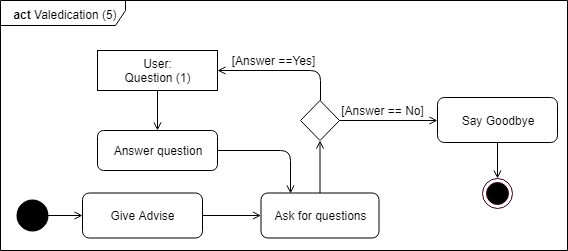
JensDijkstra/Project-NAO keeps this draw.io diagram as Diagrams/Photo's/Valedication ACT.png. Above is the earlier version. Source tidied: cells renumbered, new cells last; positions are measured from the earlier drawing's top-left corner, leaving out a move shared by most shapes. The source it was exported from:
```xml
<mxGraphModel>
  <root>
    <mxCell id="0" />
    <mxCell id="1" parent="0" />
    <mxCell id="2" style="edgeStyle=orthogonalEdgeStyle;rounded=0;html=1;jettySize=auto;endArrow=open;endFill=0;" parent="1" edge="1" source="3" target="5">
      <mxGeometry relative="1" as="geometry" />
    </mxCell>
    <mxCell id="3" style="ellipse;html=1;shape=startState;fillColor=#000000;strokeColor=#000000;strokeWidth=10;" parent="1" vertex="1">
      <mxGeometry x="17" y="200" width="30" height="30" as="geometry" />
    </mxCell>
    <mxCell id="4" style="edgeStyle=orthogonalEdgeStyle;rounded=0;html=1;jettySize=auto;endArrow=open;endFill=0;" parent="1" edge="1" source="5" target="9">
      <mxGeometry relative="1" as="geometry" />
    </mxCell>
    <mxCell id="5" value="Give Advise" style="rounded=1;whiteSpace=wrap;html=1;" parent="1" vertex="1">
      <mxGeometry x="82" y="192.5" width="120" height="45" as="geometry" />
    </mxCell>
    <mxCell id="6" value="Say Goodbye" style="rounded=1;whiteSpace=wrap;html=1;" parent="1" vertex="1">
      <mxGeometry x="437" y="97" width="120" height="45" as="geometry" />
    </mxCell>
    <mxCell id="7" style="ellipse;html=1;shape=endState;fillColor=#000000;strokeColor=#33001A;" parent="1" vertex="1">
      <mxGeometry x="482" y="177.5" width="30" height="30" as="geometry" />
    </mxCell>
    <mxCell id="8" style="edgeStyle=orthogonalEdgeStyle;rounded=0;html=1;jettySize=auto;endArrow=open;endFill=0;" parent="1" edge="1" source="9" target="12">
      <mxGeometry relative="1" as="geometry" />
    </mxCell>
    <mxCell id="9" value="Ask for questions" style="rounded=1;whiteSpace=wrap;html=1;" parent="1" vertex="1">
      <mxGeometry x="260.5" y="192.5" width="118" height="45" as="geometry" />
    </mxCell>
    <mxCell id="10" style="edgeStyle=orthogonalEdgeStyle;rounded=0;html=1;jettySize=auto;endArrow=open;endFill=0;" parent="1" edge="1" source="11" target="14">
      <mxGeometry relative="1" as="geometry" />
    </mxCell>
    <mxCell id="11" value="User:&lt;br&gt;Question (1)&lt;br&gt;" style="rounded=0;whiteSpace=wrap;html=1;" parent="1" vertex="1">
      <mxGeometry x="97" y="50" width="120" height="40" as="geometry" />
    </mxCell>
    <mxCell id="12" style="rhombus;whiteSpace=wrap;html=1;" parent="1" vertex="1">
      <mxGeometry x="300" y="100" width="39" height="40" as="geometry" />
    </mxCell>
    <mxCell id="13" style="endArrow=open;html=1;strokeColor=#000000;endFill=0;exitX=0.5;exitY=0;exitDx=0;exitDy=0;entryX=1;entryY=0.5;entryDx=0;entryDy=0;" parent="1" edge="1" source="12" target="11">
      <mxGeometry relative="1" as="geometry">
        <Array as="points">
          <mxPoint x="320" y="70" />
        </Array>
      </mxGeometry>
    </mxCell>
    <mxCell id="14" value="Answer question" style="rounded=1;whiteSpace=wrap;html=1;" parent="1" vertex="1">
      <mxGeometry x="97" y="130" width="120" height="40" as="geometry" />
    </mxCell>
    <mxCell id="15" style="endArrow=open;html=1;strokeColor=#000000;endFill=0;exitX=1;exitY=0.5;exitDx=0;exitDy=0;entryX=0.25;entryY=0;entryDx=0;entryDy=0;" parent="1" edge="1" source="14" target="9">
      <mxGeometry relative="1" as="geometry">
        <Array as="points">
          <mxPoint x="290" y="150" />
        </Array>
      </mxGeometry>
    </mxCell>
    <mxCell id="16" value="[Answer ==Yes]" style="text;html=1;strokeColor=none;fillColor=none;align=center;verticalAlign=middle;whiteSpace=wrap;rounded=0;" parent="1" vertex="1">
      <mxGeometry x="227" y="50" width="90" height="20" as="geometry" />
    </mxCell>
    <mxCell id="17" value="[Answer == No]" style="text;html=1;strokeColor=none;fillColor=none;align=center;verticalAlign=middle;whiteSpace=wrap;rounded=0;" parent="1" vertex="1">
      <mxGeometry x="339" y="100" width="87" height="20" as="geometry" />
    </mxCell>
    <mxCell id="18" style="endArrow=open;html=1;strokeColor=#000000;endFill=0;exitX=1;exitY=0.5;exitDx=0;exitDy=0;entryX=0;entryY=0.5;entryDx=0;entryDy=0;" parent="1" edge="1" source="12" target="6">
      <mxGeometry relative="1" as="geometry" />
    </mxCell>
    <mxCell id="19" value="&lt;b&gt;act&lt;/b&gt;&amp;nbsp;Valedication (5)" style="shape=umlFrame;whiteSpace=wrap;html=1;width=125;height=25;" parent="1" vertex="1">
      <mxGeometry width="567" height="250" as="geometry" />
    </mxCell>
    <mxCell id="20" style="endArrow=open;html=1;strokeColor=#000000;endFill=0;exitX=0.5;exitY=1;exitDx=0;exitDy=0;entryX=0.5;entryY=0;entryDx=0;entryDy=0;" parent="1" edge="1" source="6" target="7">
      <mxGeometry relative="1" as="geometry" />
    </mxCell>
  </root>
</mxGraphModel>
```
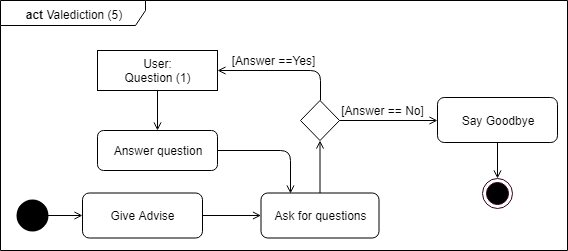
Above is the later version.

The edit, as a diff of the source:
```diff
@@ -61,7 +61,7 @@
     <mxCell id="18" style="endArrow=open;html=1;strokeColor=#000000;endFill=0;exitX=1;exitY=0.5;exitDx=0;exitDy=0;entryX=0;entryY=0.5;entryDx=0;entryDy=0;" parent="1" edge="1" source="12" target="6">
       <mxGeometry relative="1" as="geometry" />
     </mxCell>
-    <mxCell id="19" value="&lt;b&gt;act&lt;/b&gt;&amp;nbsp;Valedication (5)" style="shape=umlFrame;whiteSpace=wrap;html=1;width=125;height=25;" parent="1" vertex="1">
+    <mxCell id="19" value="&lt;b&gt;act&amp;nbsp;&lt;/b&gt;&lt;span&gt;Valediction&lt;/span&gt;&amp;nbsp;(5)" style="shape=umlFrame;whiteSpace=wrap;html=1;width=145;height=25;" parent="1" vertex="1">
       <mxGeometry width="567" height="250" as="geometry" />
     </mxCell>
     <mxCell id="20" style="endArrow=open;html=1;strokeColor=#000000;endFill=0;exitX=0.5;exitY=1;exitDx=0;exitDy=0;entryX=0.5;entryY=0;entryDx=0;entryDy=0;" parent="1" edge="1" source="6" target="7">
```
